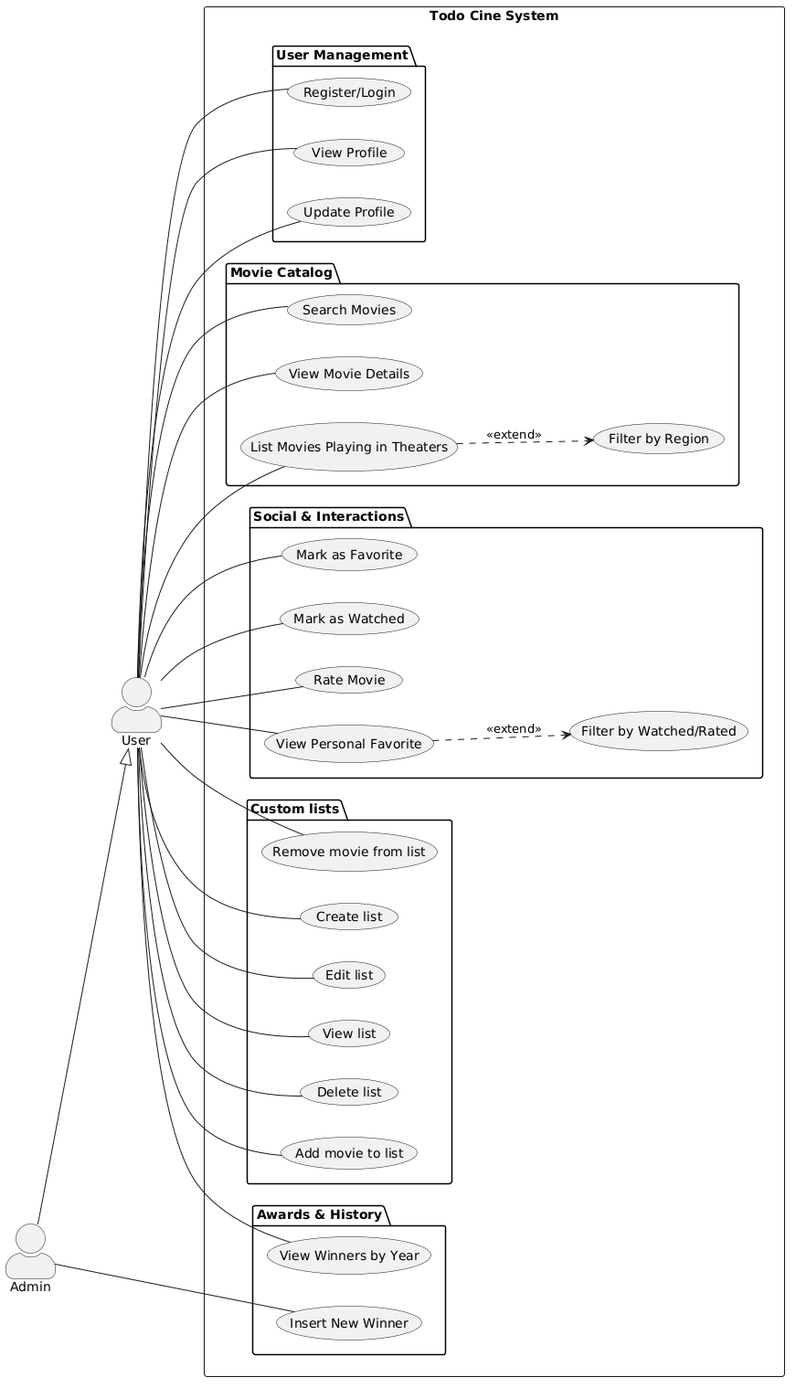
This is src/main/resources/uml/case_use_diagram.png from abeltran10/todocine_backend, a PlantUML export, as it was before one commit.
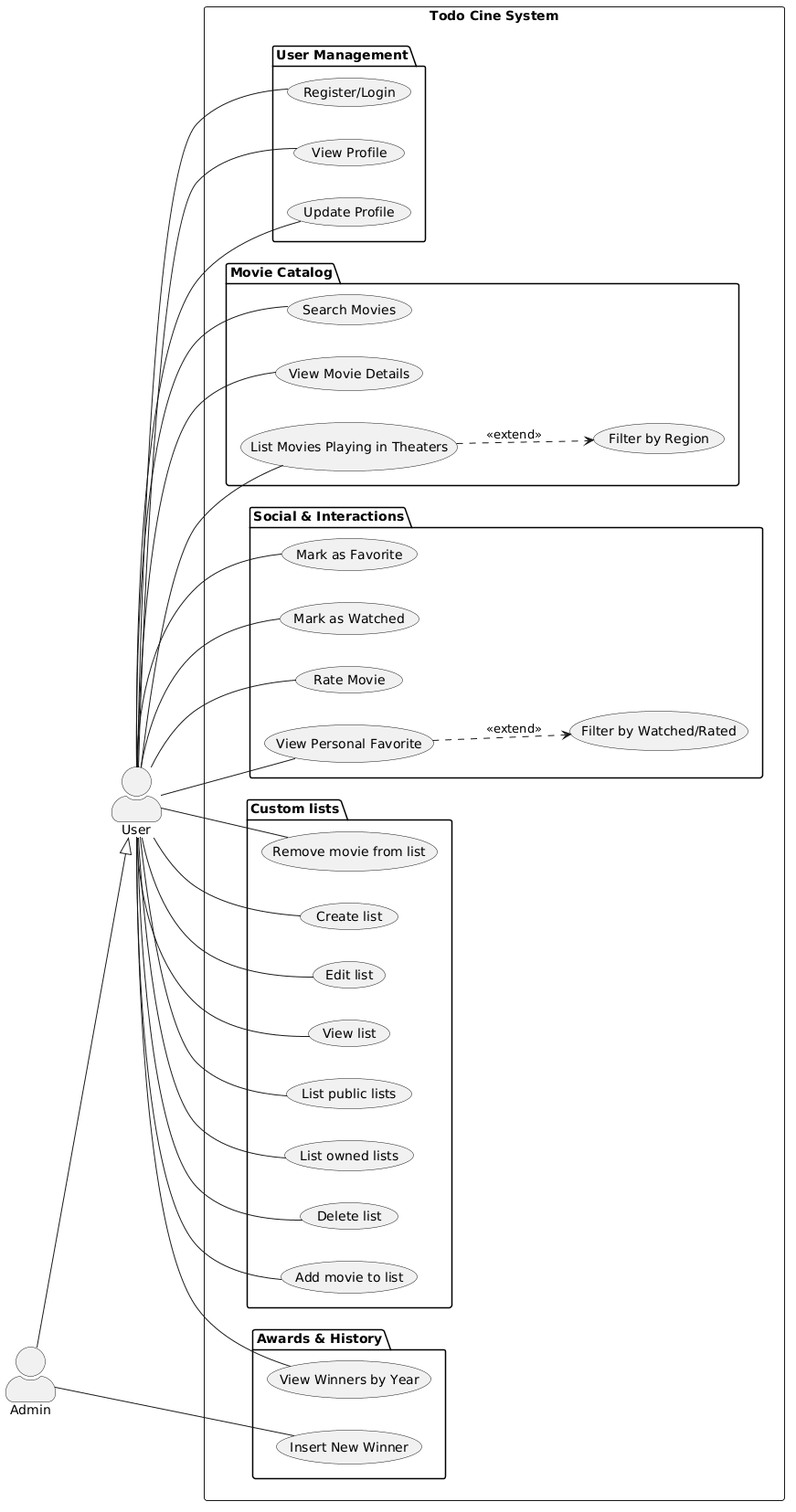
After the change.

Diff of the diagram source:
```diff
@@ -38,6 +38,8 @@
         U -- (Create list)
         U -- (Edit list)
         U -- (View list)
+        U -- (List public lists)
+        U -- (List owned lists)
         U -- (Delete list)
         U -- (Add movie to list)
         U -- (Remove movie from list)
```
